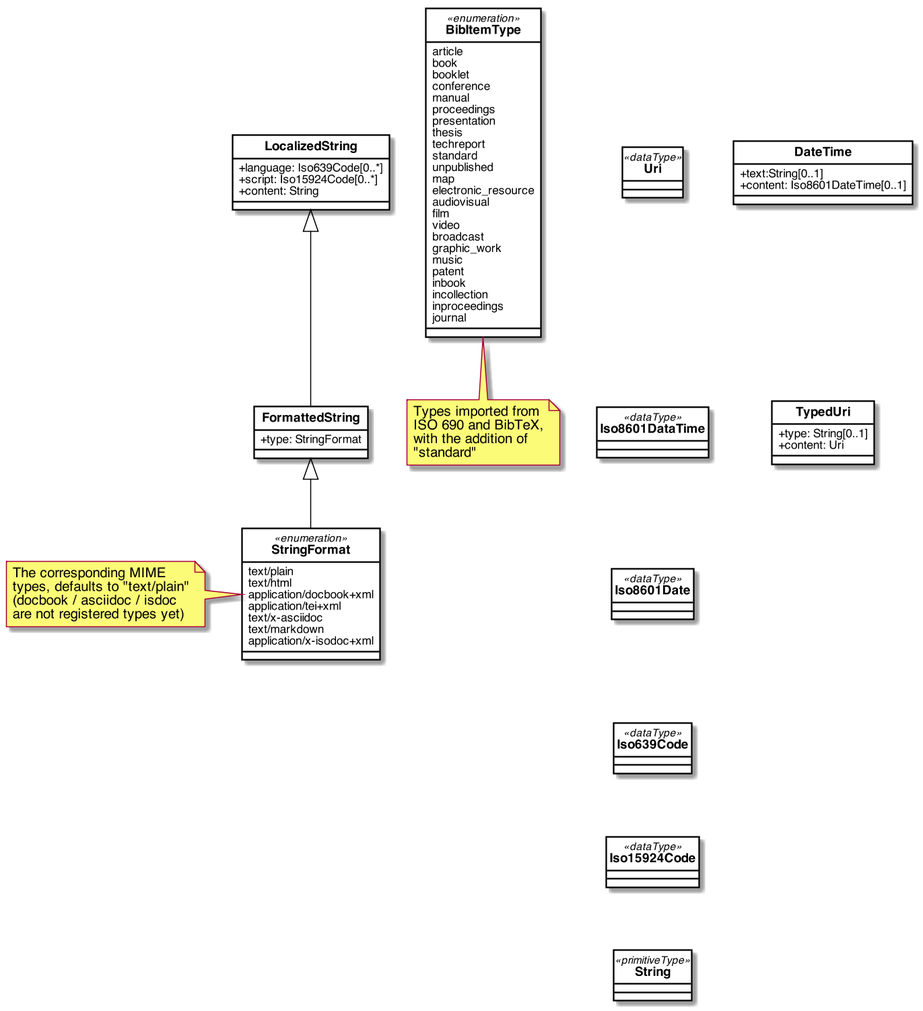
relaton/relaton-models keeps this PlantUML diagram as images/RelBib_DataTypes.png. Above is the earlier version.
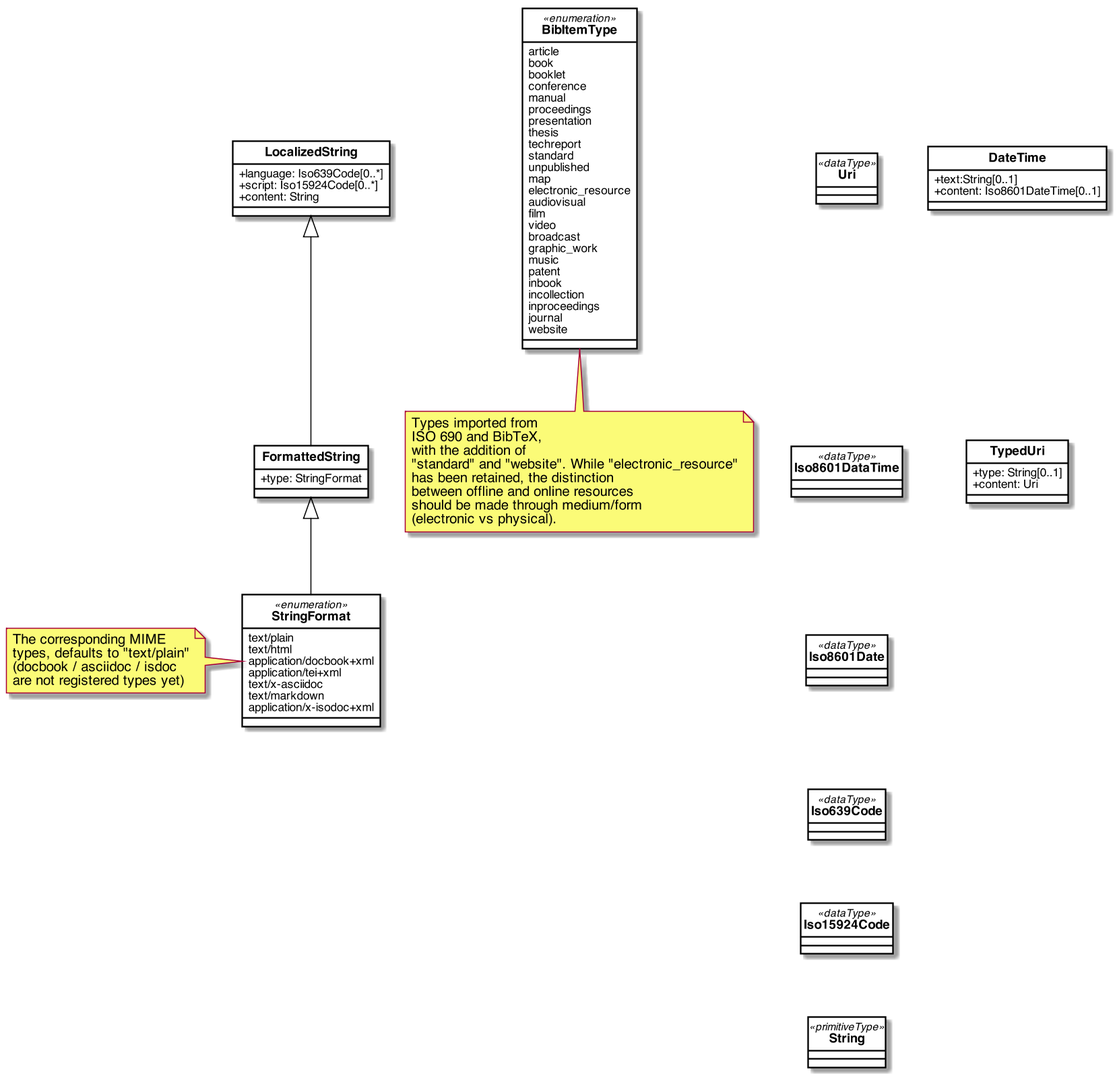
Above is the later version.

Commit message:
added website as BibItemType, clarified medium; closes #14

What changed in the source:
```diff
@@ -130,9 +130,10 @@
     incollection
     inproceedings
     journal
+    website
 }
 
-note bottom of BibItemType: Types imported from\nISO 690 and BibTeX,\nwith the addition of\n"standard"
+note bottom of BibItemType: Types imported from\nISO 690 and BibTeX,\nwith the addition of\n"standard" and "website". While "electronic_resource"\nhas been retained, the distinction\nbetween offline and online resources\nshould be made through medium/form\n(electronic vs physical).
 note left of StringFormat: The corresponding MIME\ntypes, defaults to "text/plain"\n(docbook / asciidoc / isdoc\nare not registered types yet)
 
 Uri -[hidden]- Iso8601DataTime
```
